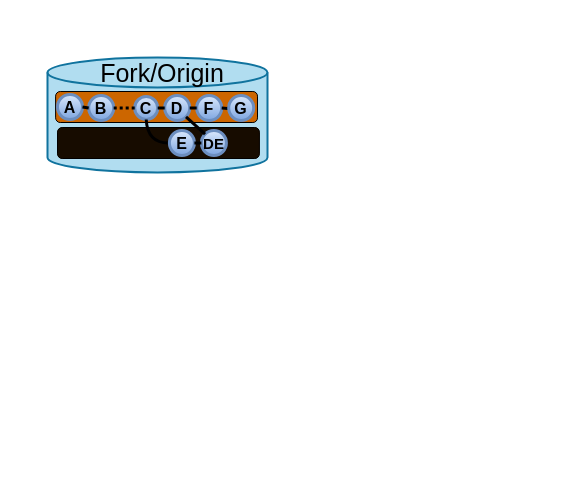
The draw.io diagram materials/images/BaseDiagram.drawio in HFOSSedu/GitKit-Codespace, before the edit. Source tidied: cells renumbered, new cells numbered last; positions are measured from the earlier drawing's top-left corner, leaving out a move shared by most shapes. Both pictures are drawn from the tidied source at 100%, with x=0, y=0 at pixel (17, 17).
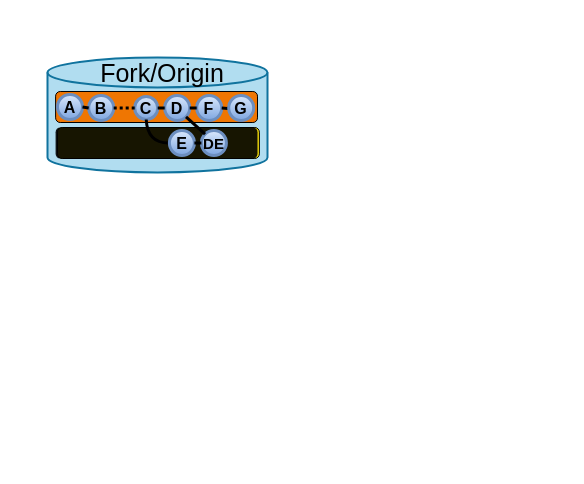
The same page after the edit.

What changed in the source:
```diff
@@
-    <mxCell id="3" style="rounded=1;whiteSpace=wrap;html=1;labelBackgroundColor=default;labelBorderColor=default;fillColor=#CC6600;fontColor=#000000;strokeColor=default;fillStyle=solid;" parent="1" vertex="1">
+    <mxCell id="3" style="rounded=1;whiteSpace=wrap;html=1;labelBackgroundColor=default;labelBorderColor=default;fillColor=light-dark(#ef7602, #d37619);fontColor=#000000;strokeColor=default;fillStyle=solid;" parent="1" vertex="1">
       <mxGeometry x="38.1" y="74" width="201.9" height="31" as="geometry" />
     </mxCell>
@@
-    <mxCell id="20" style="rounded=1;whiteSpace=wrap;html=1;labelBackgroundColor=#FF9933;labelBorderColor=#FF9933;fillColor=light-dark(#F07701,#AB7106);fontColor=#000000;strokeColor=#000000;" parent="1" vertex="1">
+    <mxCell id="20" style="rounded=1;whiteSpace=wrap;html=1;labelBackgroundColor=#FF9933;labelBorderColor=#FF9933;fillColor=light-dark(#F0D90C,#AB7106);fontColor=#000000;strokeColor=#000000;" parent="1" vertex="1">
       <mxGeometry x="40" y="110" width="201.9" height="31" as="geometry" />
     </mxCell>
@@
     <mxCell id="22" style="rounded=1;whiteSpace=wrap;html=1;labelBackgroundColor=none;labelBorderColor=none;fillColor=light-dark(#000000,#000000);fontColor=light-dark(#FFFFFF,#000000);strokeColor=none;fillStyle=cross-hatch;opacity=90;fontSize=20;" parent="1" vertex="1">
-      <mxGeometry x="40" y="110" width="201.9" height="31" as="geometry" />
+      <mxGeometry x="38.1" y="110" width="201.9" height="31" as="geometry" />
     </mxCell>
```
